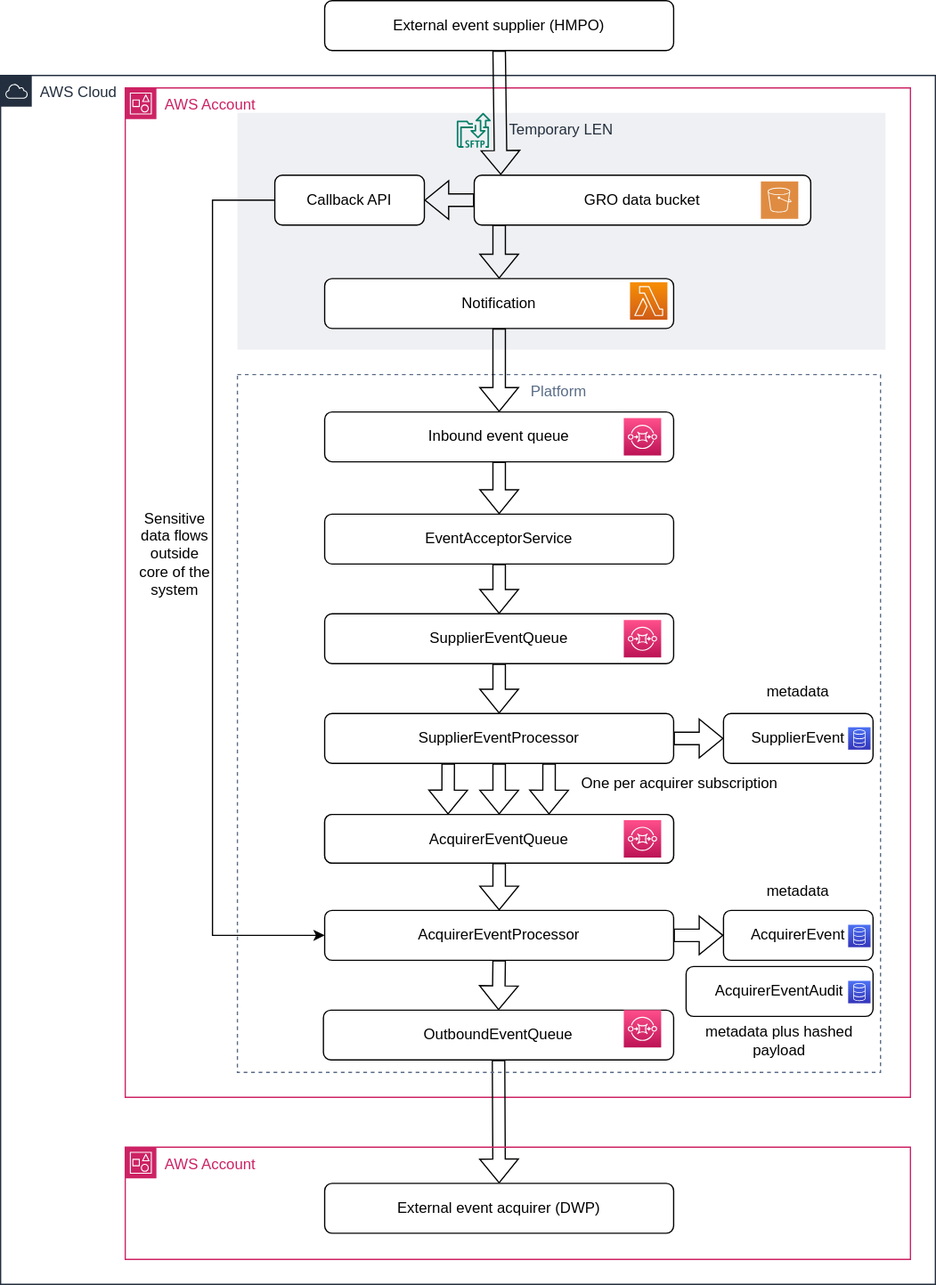
govuk-one-login/life-events-platform keeps this draw.io diagram as doc/architecture/img/event-flow.drawio.svg. Above is the earlier version. Source tidied: cells renumbered, new cells last; positions are measured from the earlier drawing's top-left corner, leaving out a move shared by most shapes.
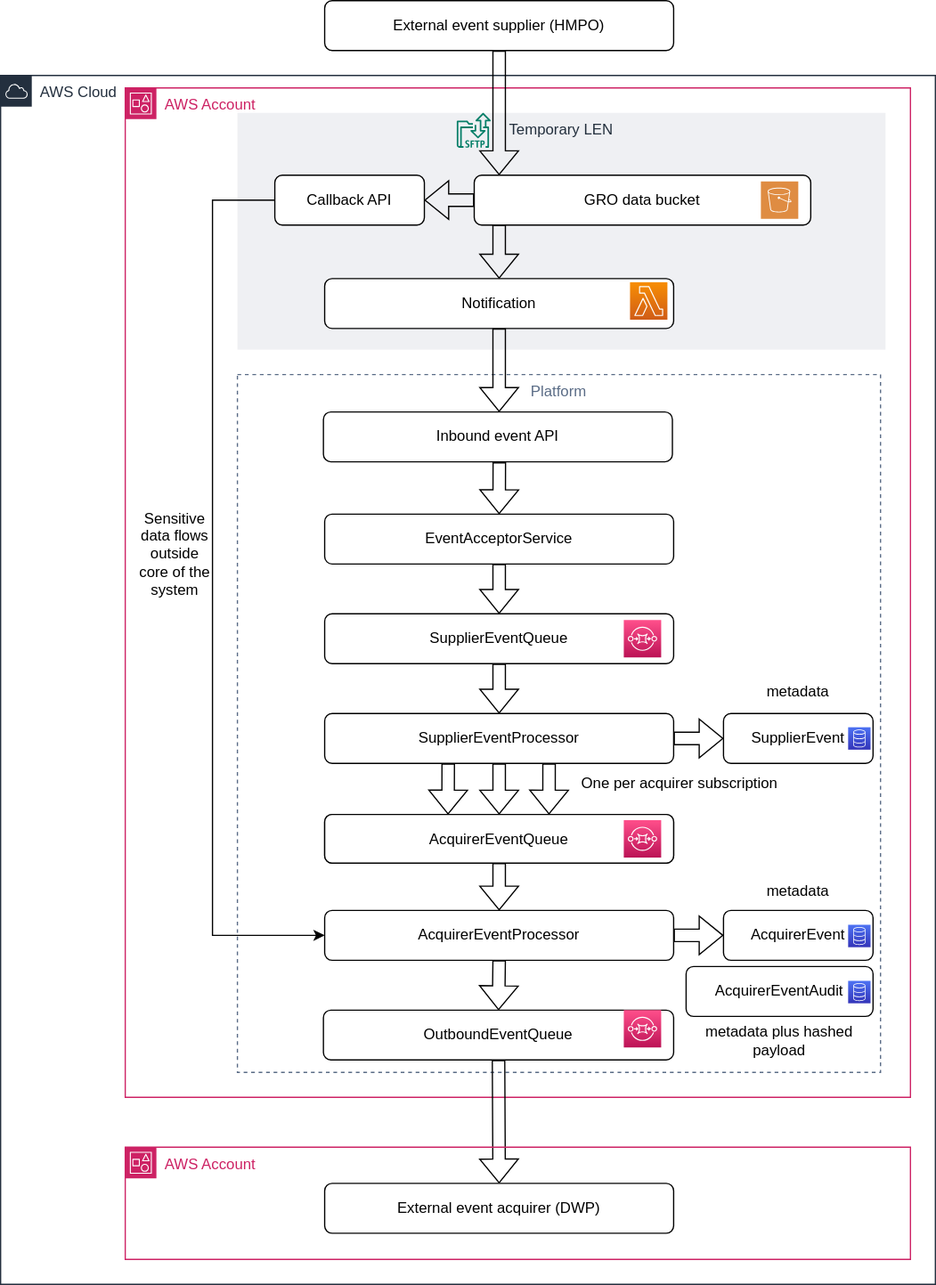
After the change.

Diff of the diagram source:
```diff
@@ -2,6 +2,9 @@
   <root>
     <mxCell id="0" />
     <mxCell id="1" parent="0" />
+    <mxCell id="28" value="Platform" style="fillColor=none;strokeColor=#5A6C86;dashed=1;verticalAlign=top;fontStyle=0;fontColor=#5A6C86;" parent="1" vertex="1">
+      <mxGeometry x="190" y="300" width="516" height="560" as="geometry" />
+    </mxCell>
     <mxCell id="2" value="AWS Account" style="gradientColor=none;html=1;whiteSpace=wrap;fontSize=12;fontStyle=0;shape=mxgraph.aws4.group;grIcon=mxgraph.aws4.group_account;strokeColor=#CD2264;fillColor=none;verticalAlign=top;align=left;spacingLeft=30;fontColor=#CD2264;dashed=0;" parent="1" vertex="1">
       <mxGeometry x="100" y="70" width="630" height="810" as="geometry" />
     </mxCell>
@@ -11,7 +14,7 @@
     <mxCell id="4" value="EventAcceptorService" style="rounded=1;whiteSpace=wrap;html=1;" parent="1" vertex="1">
       <mxGeometry x="260" y="412" width="280" height="40" as="geometry" />
     </mxCell>
-    <mxCell id="5" style="shape=flexArrow;endArrow=classic;html=1;rounded=0;exitX=0.5;exitY=1;exitDx=0;exitDy=0;entryX=0.5;entryY=0;entryDx=0;entryDy=0;" parent="1" edge="1" source="33" target="4">
+    <mxCell id="5" style="shape=flexArrow;endArrow=classic;html=1;rounded=0;exitX=0.504;exitY=1.008;exitDx=0;exitDy=0;entryX=0.5;entryY=0;entryDx=0;entryDy=0;exitPerimeter=0;" parent="1" edge="1" source="33" target="4">
       <mxGeometry relative="1" as="geometry" />
     </mxCell>
     <mxCell id="6" style="shape=flexArrow;endArrow=classic;html=1;rounded=0;entryX=0.5;entryY=0;entryDx=0;entryDy=0;exitX=0.5;exitY=1;exitDx=0;exitDy=0;" parent="1" edge="1" source="4" target="23">
@@ -84,9 +87,6 @@
     <mxCell id="27" value="Temporary LEN" style="fillColor=#EFF0F3;strokeColor=none;dashed=0;verticalAlign=top;fontStyle=0;fontColor=#232F3D;fontSize=12;" parent="1" vertex="1">
       <mxGeometry x="190" y="90" width="520" height="190" as="geometry" />
     </mxCell>
-    <mxCell id="28" value="Platform" style="fillColor=none;strokeColor=#5A6C86;dashed=1;verticalAlign=top;fontStyle=0;fontColor=#5A6C86;" parent="1" vertex="1">
-      <mxGeometry x="190" y="300" width="516" height="560" as="geometry" />
-    </mxCell>
     <mxCell id="29" style="group;" parent="1" vertex="1">
       <mxGeometry x="580" y="730" width="120" height="40" as="geometry" />
     </mxCell>
@@ -99,8 +99,8 @@
     <mxCell id="32" value="OutboundEventQueue" style="rounded=1;whiteSpace=wrap;html=1;" parent="1" vertex="1">
       <mxGeometry x="259" y="810" width="281" height="40" as="geometry" />
     </mxCell>
-    <mxCell id="33" value="Inbound event queue" style="rounded=1;whiteSpace=wrap;html=1;" parent="1" vertex="1">
-      <mxGeometry x="260" y="330" width="280" height="40" as="geometry" />
+    <mxCell id="33" value="Inbound event API" style="rounded=1;whiteSpace=wrap;html=1;" parent="1" vertex="1">
+      <mxGeometry x="259" y="330" width="280" height="40" as="geometry" />
     </mxCell>
     <mxCell id="34" value="AcquirerEventProcessor" style="rounded=1;whiteSpace=wrap;html=1;" parent="1" vertex="1">
       <mxGeometry x="260" y="730" width="280" height="40" as="geometry" />
@@ -117,9 +117,6 @@
     <mxCell id="38" value="metadata" style="text;html=1;strokeColor=none;fillColor=none;align=center;verticalAlign=middle;whiteSpace=wrap;rounded=0;" parent="1" vertex="1">
       <mxGeometry x="590" y="700" width="100" height="30" as="geometry" />
     </mxCell>
-    <mxCell id="39" style="sketch=0;fontColor=#232F3E;gradientColor=#FF4F8B;gradientDirection=north;fillColor=#BC1356;strokeColor=#ffffff;dashed=0;verticalLabelPosition=bottom;verticalAlign=top;align=center;html=1;fontSize=12;fontStyle=0;shape=mxgraph.aws4.resourceIcon;resIcon=mxgraph.aws4.sqs;" parent="1" vertex="1">
-      <mxGeometry x="500" y="335" width="30" height="30" as="geometry" />
-    </mxCell>
     <mxCell id="40" style="sketch=0;fontColor=#232F3E;gradientColor=#FF4F8B;gradientDirection=north;fillColor=#BC1356;strokeColor=#ffffff;dashed=0;verticalLabelPosition=bottom;verticalAlign=top;align=center;html=1;fontSize=12;fontStyle=0;shape=mxgraph.aws4.resourceIcon;resIcon=mxgraph.aws4.sqs;" parent="1" vertex="1">
       <mxGeometry x="500" y="810" width="30" height="30" as="geometry" />
     </mxCell>
@@ -163,8 +160,10 @@
     <mxCell id="51" style="shape=flexArrow;endArrow=classic;html=1;rounded=0;entryX=1;entryY=0.5;entryDx=0;entryDy=0;exitX=0;exitY=0.5;exitDx=0;exitDy=0;" parent="1" edge="1" source="45" target="49">
       <mxGeometry relative="1" as="geometry" />
     </mxCell>
-    <mxCell id="52" style="shape=flexArrow;endArrow=classic;html=1;rounded=0;exitX=0.5;exitY=1;exitDx=0;exitDy=0;entryX=0.5;entryY=0;entryDx=0;entryDy=0;" parent="1" edge="1" source="50" target="33">
-      <mxGeometry relative="1" as="geometry" />
+    <mxCell id="52" style="shape=flexArrow;endArrow=classic;html=1;rounded=0;exitX=0.5;exitY=1;exitDx=0;exitDy=0;" parent="1" edge="1" source="50">
+      <mxGeometry relative="1" as="geometry">
+        <mxPoint x="400" y="330" as="targetPoint" />
+      </mxGeometry>
     </mxCell>
     <mxCell id="53" style="shape=flexArrow;endArrow=classic;html=1;rounded=0;entryX=0.5;entryY=0;entryDx=0;entryDy=0;" parent="1" edge="1" target="50">
       <mxGeometry relative="1" as="geometry">
@@ -177,8 +176,10 @@
     <mxCell id="55" style="sketch=0;fontColor=#232F3E;gradientColor=#F78E04;gradientDirection=north;fillColor=#D05C17;strokeColor=#ffffff;dashed=0;verticalLabelPosition=bottom;verticalAlign=top;align=center;html=1;fontSize=12;fontStyle=0;shape=mxgraph.aws4.resourceIcon;resIcon=mxgraph.aws4.lambda;" parent="1" vertex="1">
       <mxGeometry x="505" y="226" width="30" height="30" as="geometry" />
     </mxCell>
-    <mxCell id="56" style="shape=flexArrow;endArrow=classic;html=1;rounded=0;exitX=0.5;exitY=1;exitDx=0;exitDy=0;entryX=0.079;entryY=-0.006;entryDx=0;entryDy=0;entryPerimeter=0;" parent="1" edge="1" source="3" target="45">
-      <mxGeometry relative="1" as="geometry" />
+    <mxCell id="56" style="shape=flexArrow;endArrow=classic;html=1;rounded=0;exitX=0.5;exitY=1;exitDx=0;exitDy=0;" parent="1" edge="1" source="3">
+      <mxGeometry relative="1" as="geometry">
+        <mxPoint x="400" y="140" as="targetPoint" />
+      </mxGeometry>
     </mxCell>
     <mxCell id="57" value="External event acquirer (DWP)" style="rounded=1;whiteSpace=wrap;html=1;" parent="1" vertex="1">
       <mxGeometry x="260" y="949" width="280" height="40" as="geometry" />
```
